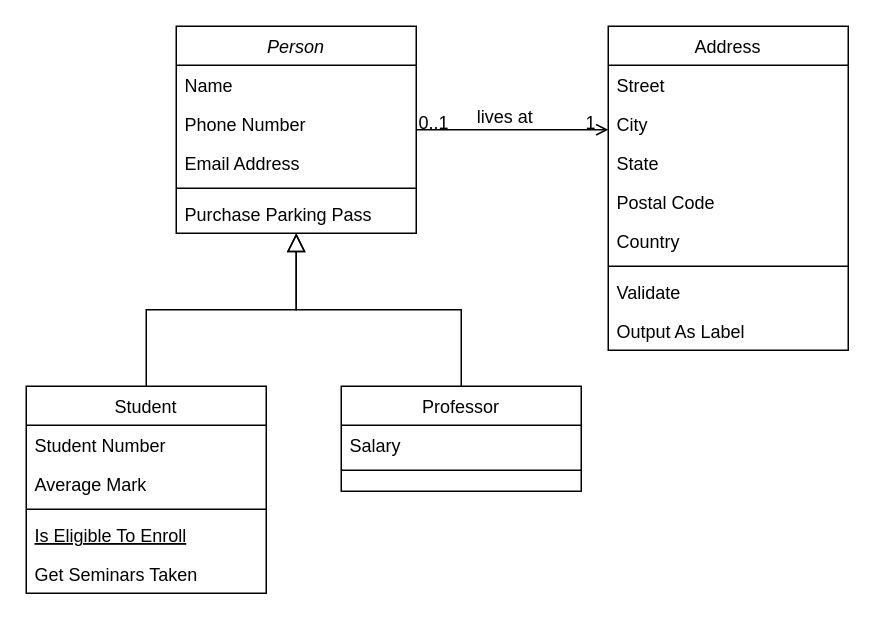
Above: 한성진정강이.drawio in 79gun79/projectHJ (draw.io), before the change. Source tidied: cells renumbered, new cells numbered last; positions are measured from the earlier drawing's top-left corner, leaving out a move shared by most shapes. Both pictures are drawn from the tidied source at 150%, with x=0, y=0 at pixel (26, 26).
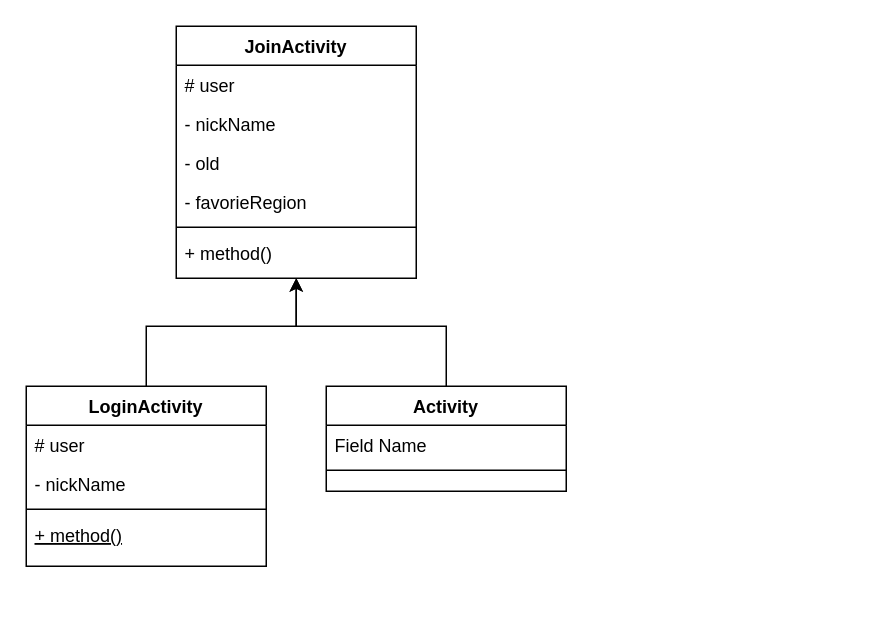
Above is the later version.

Commit message:
한성진정강이.drawio 업데이트

Change to the diagram source:
```diff
@@
-    <mxCell id="2" value="Person" style="swimlane;fontStyle=2;align=center;verticalAlign=top;horizontal=1;startSize=26;rounded=0;shadow=0;strokeWidth=1;" parent="1" vertex="1">
-      <mxGeometry x="100" width="160" height="138" as="geometry" />
+    <mxCell id="2" value="JoinActivity" style="swimlane;fontStyle=1;align=center;verticalAlign=top;horizontal=1;startSize=26;rounded=0;shadow=0;strokeWidth=1;" parent="1" vertex="1">
+      <mxGeometry x="100" width="160" height="168" as="geometry" />
     </mxCell>
-    <mxCell id="3" value="Name" style="text;align=left;verticalAlign=top;spacingLeft=4;spacingRight=4;overflow=hidden;" parent="2" vertex="1">
+    <mxCell id="3" value="# user" style="text;align=left;verticalAlign=top;spacingLeft=4;spacingRight=4;overflow=hidden;" parent="2" vertex="1">
       <mxGeometry y="26" width="160" height="26" as="geometry" />
     </mxCell>
-    <mxCell id="4" value="Phone Number" style="text;align=left;verticalAlign=top;spacingLeft=4;spacingRight=4;overflow=hidden;rounded=0;shadow=0;html=0;" parent="2" vertex="1">
+    <mxCell id="4" value="- nickName" style="text;align=left;verticalAlign=top;spacingLeft=4;spacingRight=4;overflow=hidden;rounded=0;shadow=0;html=0;" parent="2" vertex="1">
       <mxGeometry y="52" width="160" height="26" as="geometry" />
     </mxCell>
+    <mxCell id="32" value="- old" style="text;align=left;verticalAlign=top;spacingLeft=4;spacingRight=4;overflow=hidden;rounded=0;shadow=0;html=0;" parent="2" vertex="1">
+      <mxGeometry y="78" width="160" height="26" as="geometry" />
+    </mxCell>
-    <mxCell id="5" value="Email Address" style="text;align=left;verticalAlign=top;spacingLeft=4;spacingRight=4;overflow=hidden;rounded=0;shadow=0;html=0;" parent="2" vertex="1">
-      <mxGeometry y="78" width="160" height="26" as="geometry" />
+    <mxCell id="5" value="- favorieRegion" style="text;align=left;verticalAlign=top;spacingLeft=4;spacingRight=4;overflow=hidden;rounded=0;shadow=0;html=0;" parent="2" vertex="1">
+      <mxGeometry y="104" width="160" height="26" as="geometry" />
     </mxCell>
     <mxCell id="6" style="line;html=1;strokeWidth=1;align=left;verticalAlign=middle;spacingTop=-1;spacingLeft=3;spacingRight=3;labelPosition=right;" parent="2" vertex="1">
-      <mxGeometry y="104" width="160" height="8" as="geometry" />
+      <mxGeometry y="130" width="160" height="8" as="geometry" />
     </mxCell>
-    <mxCell id="7" value="Purchase Parking Pass" style="text;align=left;verticalAlign=top;spacingLeft=4;spacingRight=4;overflow=hidden;" parent="2" vertex="1">
-      <mxGeometry y="112" width="160" height="26" as="geometry" />
+    <mxCell id="7" value="+ method()" style="text;align=left;verticalAlign=top;spacingLeft=4;spacingRight=4;overflow=hidden;" parent="2" vertex="1">
+      <mxGeometry y="138" width="160" height="26" as="geometry" />
     </mxCell>
-    <mxCell id="8" value="Student" style="swimlane;fontStyle=0;align=center;verticalAlign=top;horizontal=1;startSize=26;rounded=0;shadow=0;strokeWidth=1;" parent="1" vertex="1">
-      <mxGeometry y="240" width="160" height="138" as="geometry" />
+    <mxCell id="8" value="LoginActivity" style="swimlane;fontStyle=1;align=center;verticalAlign=top;horizontal=1;startSize=26;rounded=0;shadow=0;strokeWidth=1;" parent="1" vertex="1">
+      <mxGeometry y="240" width="160" height="120" as="geometry" />
     </mxCell>
-    <mxCell id="9" value="Student Number" style="text;align=left;verticalAlign=top;spacingLeft=4;spacingRight=4;overflow=hidden;" parent="8" vertex="1">
-      <mxGeometry y="26" width="160" height="26" as="geometry" />
-    </mxCell>
+    <mxCell id="33" value="# user" style="text;align=left;verticalAlign=top;spacingLeft=4;spacingRight=4;overflow=hidden;" parent="8" vertex="1">
+      <mxGeometry y="26" width="160" height="26" as="geometry" />
+    </mxCell>
-    <mxCell id="10" value="Average Mark" style="text;align=left;verticalAlign=top;spacingLeft=4;spacingRight=4;overflow=hidden;rounded=0;shadow=0;html=0;" parent="8" vertex="1">
+    <mxCell id="10" value="- nickName" style="text;align=left;verticalAlign=top;spacingLeft=4;spacingRight=4;overflow=hidden;rounded=0;shadow=0;html=0;" parent="8" vertex="1">
       <mxGeometry y="52" width="160" height="26" as="geometry" />
     </mxCell>
@@
-    <mxCell id="12" value="Is Eligible To Enroll" style="text;align=left;verticalAlign=top;spacingLeft=4;spacingRight=4;overflow=hidden;fontStyle=4;" parent="8" vertex="1">
+    <mxCell id="12" value="+ method()" style="text;align=left;verticalAlign=top;spacingLeft=4;spacingRight=4;overflow=hidden;fontStyle=4;" parent="8" vertex="1">
       <mxGeometry y="86" width="160" height="26" as="geometry" />
     </mxCell>
-    <mxCell id="13" value="Get Seminars Taken" style="text;align=left;verticalAlign=top;spacingLeft=4;spacingRight=4;overflow=hidden;" parent="8" vertex="1">
-      <mxGeometry y="112" width="160" height="26" as="geometry" />
-    </mxCell>
-    <mxCell id="14" style="endArrow=block;endSize=10;endFill=0;shadow=0;strokeWidth=1;rounded=0;curved=0;edgeStyle=elbowEdgeStyle;elbow=vertical;" parent="1" edge="1" source="8" target="2">
-      <mxGeometry relative="1" as="geometry" />
-    </mxCell>
-    <mxCell id="15" value="Professor" style="swimlane;fontStyle=0;align=center;verticalAlign=top;horizontal=1;startSize=26;rounded=0;shadow=0;strokeWidth=1;" parent="1" vertex="1">
-      <mxGeometry x="210" y="240" width="160" height="70" as="geometry" />
+    <mxCell id="15" value="Activity" style="swimlane;fontStyle=1;align=center;verticalAlign=top;horizontal=1;startSize=26;rounded=0;shadow=0;strokeWidth=1;" parent="1" vertex="1">
+      <mxGeometry x="200" y="240" width="160" height="70" as="geometry" />
     </mxCell>
-    <mxCell id="16" value="Salary" style="text;align=left;verticalAlign=top;spacingLeft=4;spacingRight=4;overflow=hidden;" parent="15" vertex="1">
+    <mxCell id="16" value="Field Name" style="text;align=left;verticalAlign=top;spacingLeft=4;spacingRight=4;overflow=hidden;" parent="15" vertex="1">
       <mxGeometry y="26" width="160" height="26" as="geometry" />
     </mxCell>
@@
+    <mxCell id="14" style="endArrow=classic;html=1;rounded=0;entryX=0.5;entryY=1;entryDx=0;entryDy=0;exitX=0.5;exitY=0;exitDx=0;exitDy=0;" parent="1" edge="1" source="8" target="2">
+      <mxGeometry relative="1" as="geometry">
+        <Array as="points">
+          <mxPoint x="80" y="200" />
+          <mxPoint x="180" y="200" />
+        </Array>
+      </mxGeometry>
+    </mxCell>
-    <mxCell id="18" style="endArrow=block;endSize=10;endFill=0;shadow=0;strokeWidth=1;rounded=0;curved=0;edgeStyle=elbowEdgeStyle;elbow=vertical;" parent="1" edge="1" source="15" target="2">
-      <mxGeometry relative="1" as="geometry" />
+    <mxCell id="18" style="endArrow=classic;html=1;rounded=0;entryX=0.5;entryY=1;entryDx=0;entryDy=0;exitX=0.5;exitY=0;exitDx=0;exitDy=0;" parent="1" edge="1" source="15" target="2">
+      <mxGeometry relative="1" as="geometry">
+        <Array as="points">
+          <mxPoint x="280" y="200" />
+          <mxPoint x="180" y="200" />
+        </Array>
+      </mxGeometry>
     </mxCell>
-    <mxCell id="19" value="Address" style="swimlane;fontStyle=0;align=center;verticalAlign=top;horizontal=1;startSize=26;rounded=0;shadow=0;strokeWidth=1;" parent="1" vertex="1">
-      <mxGeometry x="388" width="160" height="216" as="geometry" />
-    </mxCell>
-    <mxCell id="20" value="Street" style="text;align=left;verticalAlign=top;spacingLeft=4;spacingRight=4;overflow=hidden;" parent="19" vertex="1">
-      <mxGeometry y="26" width="160" height="26" as="geometry" />
-    </mxCell>
-    <mxCell id="21" value="City" style="text;align=left;verticalAlign=top;spacingLeft=4;spacingRight=4;overflow=hidden;rounded=0;shadow=0;html=0;" parent="19" vertex="1">
-      <mxGeometry y="52" width="160" height="26" as="geometry" />
-    </mxCell>
-    <mxCell id="22" value="State" style="text;align=left;verticalAlign=top;spacingLeft=4;spacingRight=4;overflow=hidden;rounded=0;shadow=0;html=0;" parent="19" vertex="1">
-      <mxGeometry y="78" width="160" height="26" as="geometry" />
-    </mxCell>
-    <mxCell id="23" value="Postal Code" style="text;align=left;verticalAlign=top;spacingLeft=4;spacingRight=4;overflow=hidden;rounded=0;shadow=0;html=0;" parent="19" vertex="1">
-      <mxGeometry y="104" width="160" height="26" as="geometry" />
-    </mxCell>
-    <mxCell id="24" value="Country" style="text;align=left;verticalAlign=top;spacingLeft=4;spacingRight=4;overflow=hidden;rounded=0;shadow=0;html=0;" parent="19" vertex="1">
-      <mxGeometry y="130" width="160" height="26" as="geometry" />
-    </mxCell>
-    <mxCell id="25" style="line;html=1;strokeWidth=1;align=left;verticalAlign=middle;spacingTop=-1;spacingLeft=3;spacingRight=3;labelPosition=right;" parent="19" vertex="1">
-      <mxGeometry y="156" width="160" height="8" as="geometry" />
-    </mxCell>
-    <mxCell id="26" value="Validate" style="text;align=left;verticalAlign=top;spacingLeft=4;spacingRight=4;overflow=hidden;" parent="19" vertex="1">
-      <mxGeometry y="164" width="160" height="26" as="geometry" />
-    </mxCell>
-    <mxCell id="27" value="Output As Label" style="text;align=left;verticalAlign=top;spacingLeft=4;spacingRight=4;overflow=hidden;" parent="19" vertex="1">
-      <mxGeometry y="190" width="160" height="26" as="geometry" />
-    </mxCell>
-    <mxCell id="28" style="endArrow=open;shadow=0;strokeWidth=1;rounded=0;curved=0;endFill=1;edgeStyle=elbowEdgeStyle;elbow=vertical;" parent="1" edge="1" source="2" target="19">
-      <mxGeometry x="0.5" y="41" relative="1" as="geometry">
-        <mxPoint x="-40" y="32" as="offset" />
-      </mxGeometry>
-    </mxCell>
-    <mxCell id="29" value="0..1" style="align=left;verticalAlign=bottom;labelBackgroundColor=none;fontSize=12;" parent="28" vertex="1">
-      <mxGeometry x="-1" relative="1" as="geometry">
-        <mxPoint y="4" as="offset" />
-      </mxGeometry>
-    </mxCell>
-    <mxCell id="30" value="1" style="align=right;verticalAlign=bottom;labelBackgroundColor=none;fontSize=12;" parent="28" vertex="1">
-      <mxGeometry x="1" relative="1" as="geometry">
-        <mxPoint x="-7" y="4" as="offset" />
-      </mxGeometry>
-    </mxCell>
-    <mxCell id="31" value="lives at" style="text;html=1;align=center;verticalAlign=middle;labelBackgroundColor=none;rounded=0;shadow=0;strokeWidth=1;fontSize=12;" parent="28" vertex="1">
-      <mxGeometry x="0.5" y="49" relative="1" as="geometry">
-        <mxPoint x="-38" y="40" as="offset" />
-      </mxGeometry>
-    </mxCell>
```
